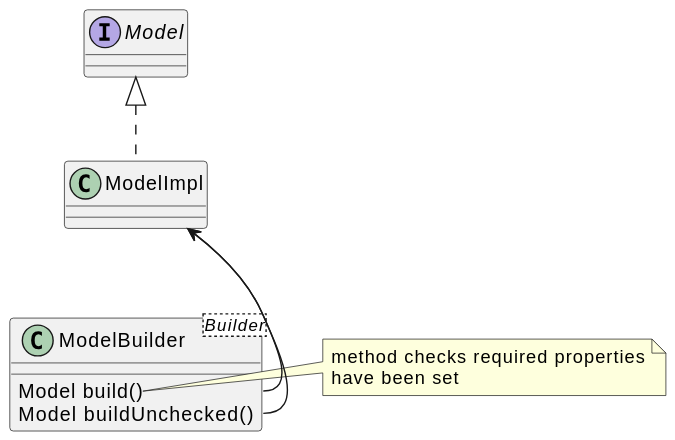
Above: javadoc/com/commercetools/docs/meta/model-classes.svg in commercetools/commercetools-sdk-java-v2 (PlantUML), before the change.
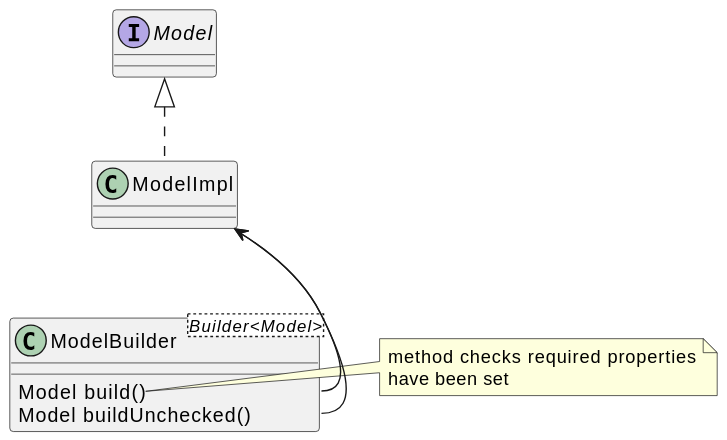
Later version of the same file.

What changed in the source:
```diff
@@ -1,7 +1,7 @@
 @startuml
 interface Model
  class ModelImpl implements Model
- class ModelBuilder<Builder>
+ class ModelBuilder<Builder<Model>>
  ModelBuilder : Model build()
  note right of ModelBuilder::build
      method checks required properties
```
